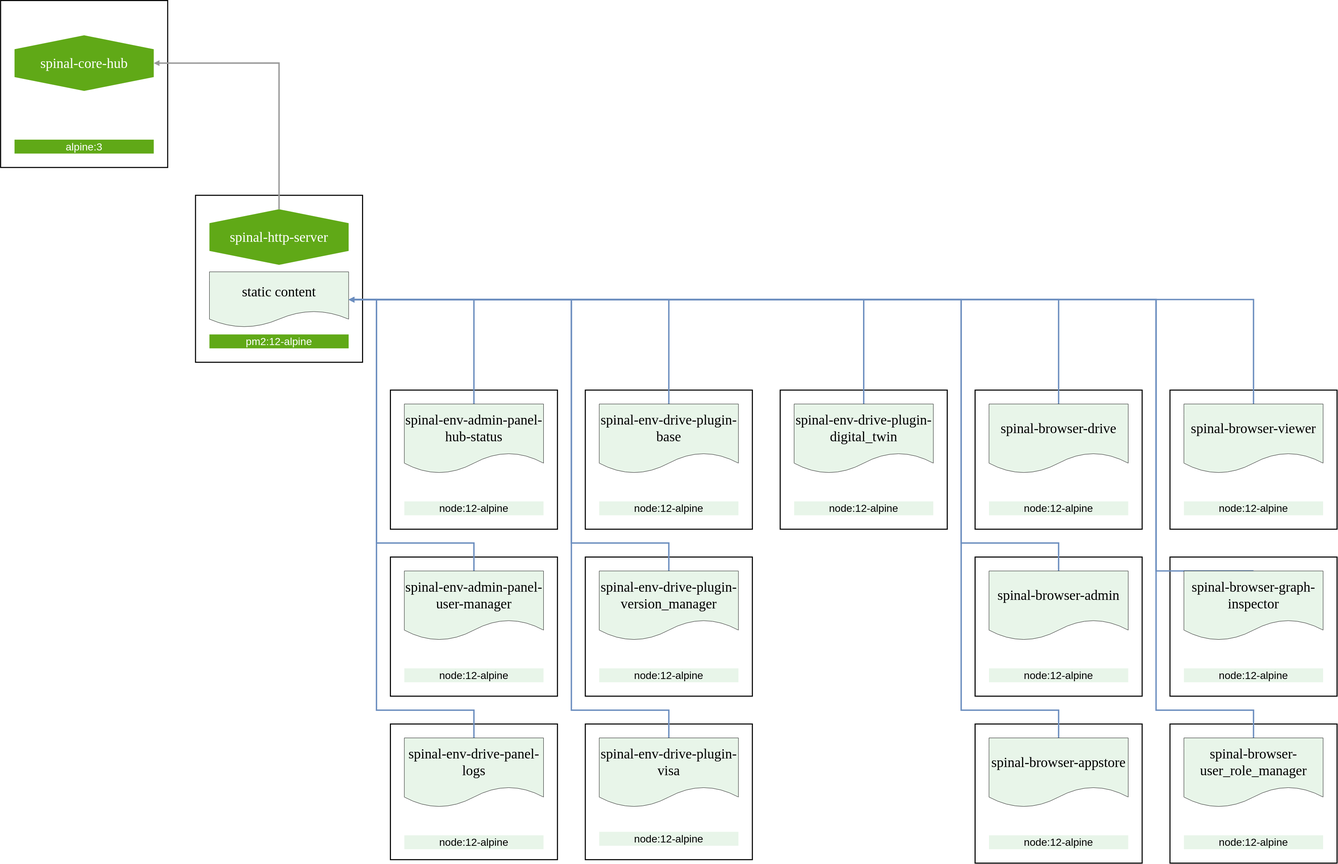
fjudith/spinalker keeps this draw.io diagram as docs/diagrams/architecture_v0.0.1.drawio.svg. Above is the earlier version. Source tidied: cells renumbered, new cells last; positions are measured from the earlier drawing's top-left corner, leaving out a move shared by most shapes.
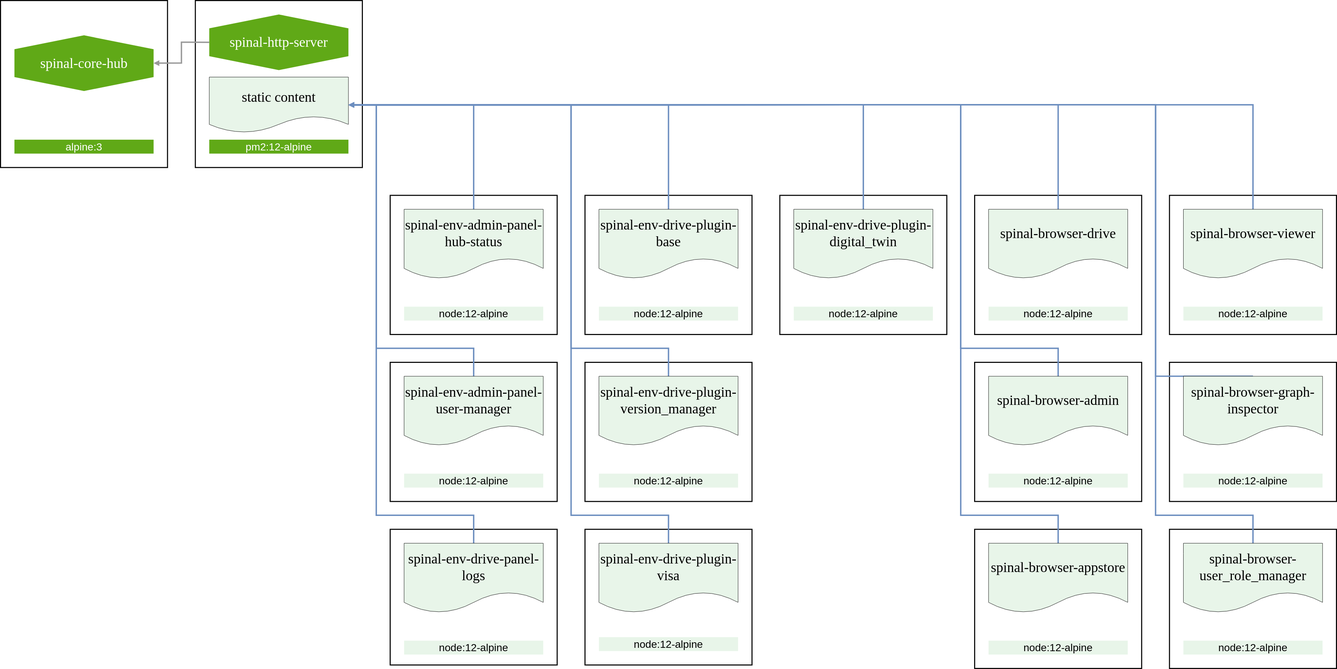
After the commit.

Change to the diagram source:
```diff
@@ -15,13 +15,13 @@
       <mxGeometry x="1160" y="1160" width="400" height="200" as="geometry" />
     </mxCell>
     <mxCell id="6" style="whiteSpace=wrap;html=1;rounded=0;sketch=0;fillColor=none;strokeWidth=3;" parent="1" vertex="1">
-      <mxGeometry width="480" height="480" as="geometry" />
+      <mxGeometry y="560" width="480" height="480" as="geometry" />
     </mxCell>
     <mxCell id="7" value="spinal-core-hub" style="shape=hexagon;html=1;whiteSpace=wrap;perimeter=hexagonPerimeter;rounded=0;fontSize=40;align=center;direction=south;fontFamily=Verdana;fillColor=#60a917;fontColor=#ffffff;strokeColor=none;" parent="1" vertex="1">
-      <mxGeometry x="40" y="100" width="400" height="160" as="geometry" />
+      <mxGeometry x="40" y="660" width="400" height="160" as="geometry" />
     </mxCell>
     <mxCell id="8" value="alpine:3" style="rounded=0;whiteSpace=wrap;html=1;fontSize=30;align=center;fillColor=#60a917;strokeWidth=3;fontColor=#ffffff;strokeColor=none;" parent="1" vertex="1">
-      <mxGeometry x="40" y="400" width="400" height="40" as="geometry" />
+      <mxGeometry x="40" y="960" width="400" height="40" as="geometry" />
     </mxCell>
     <mxCell id="9" style="whiteSpace=wrap;html=1;rounded=0;sketch=0;fillColor=none;strokeWidth=3;" parent="1" vertex="1">
       <mxGeometry x="560" y="560" width="480" height="480" as="geometry" />
@@ -35,7 +35,7 @@
     <mxCell id="12" value="&lt;span style=&quot;font-family: &amp;#34;verdana&amp;#34; ; font-size: 40px&quot;&gt;static content&lt;/span&gt;" style="shape=document;whiteSpace=wrap;html=1;boundedLbl=1;fillColor=#E8F5E9;fontColor=#000000;" parent="1" vertex="1">
       <mxGeometry x="600" y="780" width="400" height="160" as="geometry" />
     </mxCell>
-    <mxCell id="13" style="edgeStyle=orthogonalEdgeStyle;rounded=0;jettySize=auto;html=1;exitX=0;exitY=0.5;exitDx=0;exitDy=0;entryX=0.5;entryY=0;entryDx=0;entryDy=0;endArrow=block;endFill=1;strokeColor=#999999;strokeWidth=4;fontFamily=Arial;fontSize=20;fontColor=#005700;startArrow=none;startFill=0;" parent="1" edge="1" source="10" target="7">
+    <mxCell id="13" style="edgeStyle=orthogonalEdgeStyle;rounded=0;jettySize=auto;html=1;exitX=0.5;exitY=1;exitDx=0;exitDy=0;entryX=0.5;entryY=0;entryDx=0;entryDy=0;endArrow=block;endFill=1;strokeColor=#999999;strokeWidth=4;fontFamily=Arial;fontSize=20;fontColor=#005700;startArrow=none;startFill=0;" parent="1" edge="1" source="10" target="7">
       <mxGeometry relative="1" as="geometry" />
     </mxCell>
     <mxCell id="14" style="rounded=0;whiteSpace=wrap;html=1;fillColor=none;fontColor=#f0f0f0;strokeWidth=3;sketch=0;" parent="1" vertex="1">
```
